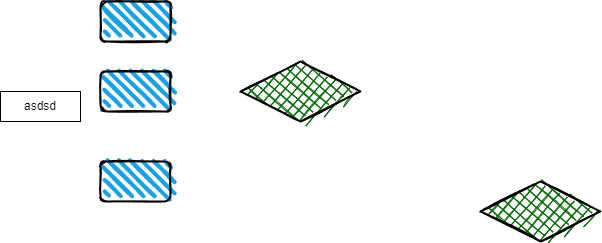
Above: 博客分类.drawio.png in HaloBoys/Diagrams (draw.io), before the change. Source tidied: cells renumbered, new cells last; positions are measured from the earlier drawing's top-left corner, leaving out a move shared by most shapes.
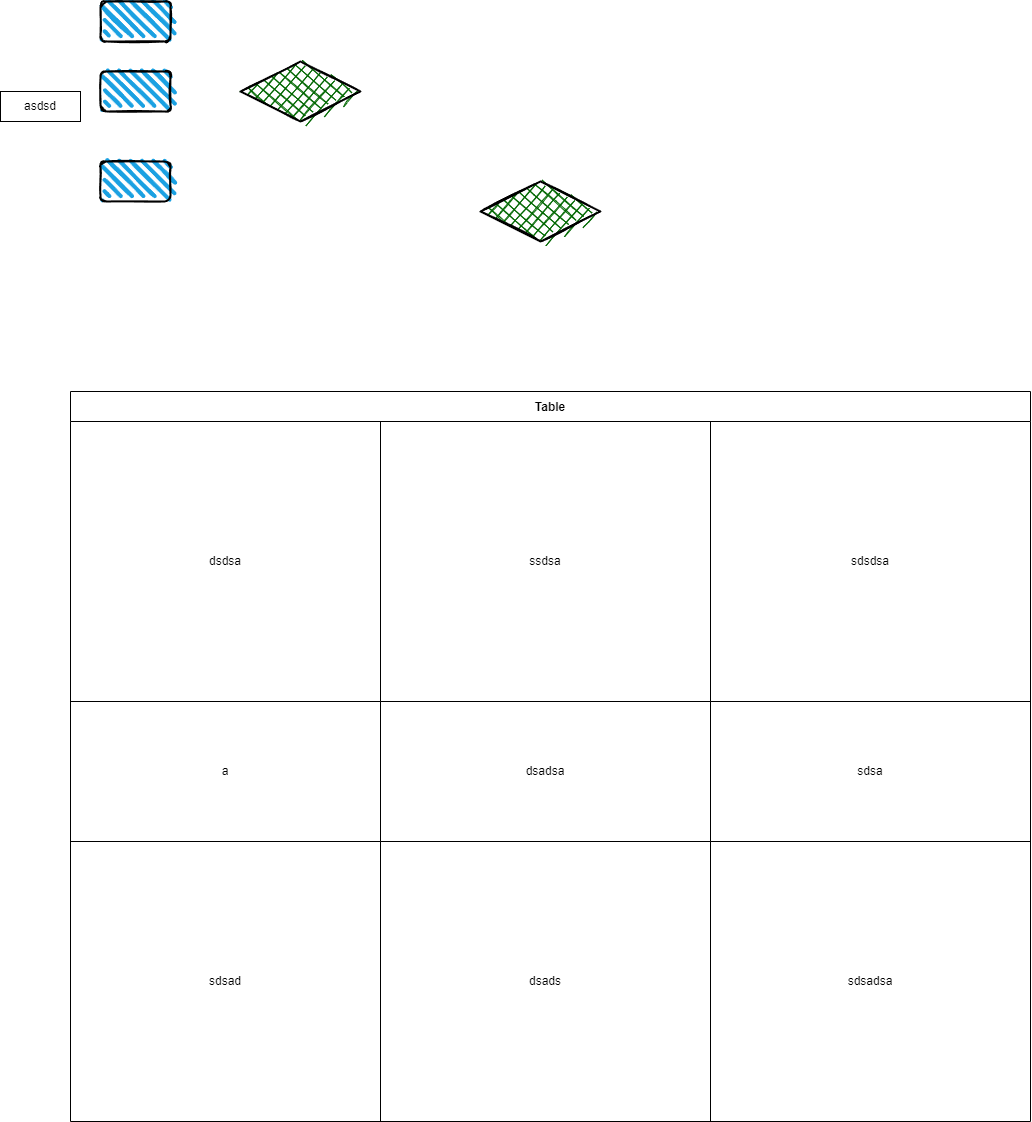
The same file after the commit.

Commit message:
更新博客分类.drawio.png

Diff of the diagram source:
```diff
@@ -20,5 +20,44 @@
     <mxCell id="7" style="rhombus;whiteSpace=wrap;html=1;strokeWidth=2;fillWeight=-1;hachureGap=8;fillStyle=cross-hatch;fillColor=#006600;sketch=1;" parent="1" vertex="1">
       <mxGeometry x="480" y="180" width="120" height="60" as="geometry" />
     </mxCell>
+    <mxCell id="8" value="Table" style="shape=table;startSize=30;fontStyle=1;align=center;" parent="1" vertex="1">
+      <mxGeometry x="70" y="390" width="960" height="730" as="geometry" />
+    </mxCell>
+    <mxCell id="9" style="shape=tableRow;horizontal=0;startSize=0;swimlaneHead=0;swimlaneBody=0;top=0;left=0;bottom=0;right=0;fillColor=none;" parent="8" vertex="1">
+      <mxGeometry y="30" width="960" height="280" as="geometry" />
+    </mxCell>
+    <mxCell id="10" value="dsdsa" style="shape=partialRectangle;html=1;whiteSpace=wrap;fillColor=none;top=0;left=0;bottom=0;right=0;overflow=hidden;" parent="9" vertex="1">
+      <mxGeometry width="310" height="280" as="geometry" />
+    </mxCell>
+    <mxCell id="11" value="ssdsa" style="shape=partialRectangle;html=1;whiteSpace=wrap;fillColor=none;top=0;left=0;bottom=0;right=0;overflow=hidden;" parent="9" vertex="1">
+      <mxGeometry x="310" width="330" height="280" as="geometry" />
+    </mxCell>
+    <mxCell id="12" value="sdsdsa" style="shape=partialRectangle;html=1;whiteSpace=wrap;fillColor=none;top=0;left=0;bottom=0;right=0;overflow=hidden;" parent="9" vertex="1">
+      <mxGeometry x="640" width="320" height="280" as="geometry" />
+    </mxCell>
+    <mxCell id="13" style="shape=tableRow;horizontal=0;startSize=0;swimlaneHead=0;swimlaneBody=0;top=0;left=0;bottom=0;right=0;fillColor=none;" parent="8" vertex="1">
+      <mxGeometry y="310" width="960" height="140" as="geometry" />
+    </mxCell>
+    <mxCell id="14" value="a" style="shape=partialRectangle;html=1;whiteSpace=wrap;fillColor=none;top=0;left=0;bottom=0;right=0;overflow=hidden;" parent="13" vertex="1">
+      <mxGeometry width="310" height="140" as="geometry" />
+    </mxCell>
+    <mxCell id="15" value="dsadsa" style="shape=partialRectangle;html=1;whiteSpace=wrap;fillColor=none;top=0;left=0;bottom=0;right=0;overflow=hidden;" parent="13" vertex="1">
+      <mxGeometry x="310" width="330" height="140" as="geometry" />
+    </mxCell>
+    <mxCell id="16" value="sdsa" style="shape=partialRectangle;html=1;whiteSpace=wrap;fillColor=none;top=0;left=0;bottom=0;right=0;overflow=hidden;" parent="13" vertex="1">
+      <mxGeometry x="640" width="320" height="140" as="geometry" />
+    </mxCell>
+    <mxCell id="17" style="shape=tableRow;horizontal=0;startSize=0;swimlaneHead=0;swimlaneBody=0;top=0;left=0;bottom=0;right=0;fillColor=none;" parent="8" vertex="1">
+      <mxGeometry y="450" width="960" height="280" as="geometry" />
+    </mxCell>
+    <mxCell id="18" value="sdsad" style="shape=partialRectangle;html=1;whiteSpace=wrap;fillColor=none;top=0;left=0;bottom=0;right=0;overflow=hidden;" parent="17" vertex="1">
+      <mxGeometry width="310" height="280" as="geometry" />
+    </mxCell>
+    <mxCell id="19" value="dsads" style="shape=partialRectangle;html=1;whiteSpace=wrap;fillColor=none;top=0;left=0;bottom=0;right=0;overflow=hidden;" parent="17" vertex="1">
+      <mxGeometry x="310" width="330" height="280" as="geometry" />
+    </mxCell>
+    <mxCell id="20" value="sdsadsa" style="shape=partialRectangle;html=1;whiteSpace=wrap;fillColor=none;top=0;left=0;bottom=0;right=0;overflow=hidden;" parent="17" vertex="1">
+      <mxGeometry x="640" width="320" height="280" as="geometry" />
+    </mxCell>
   </root>
 </mxGraphModel>
```
